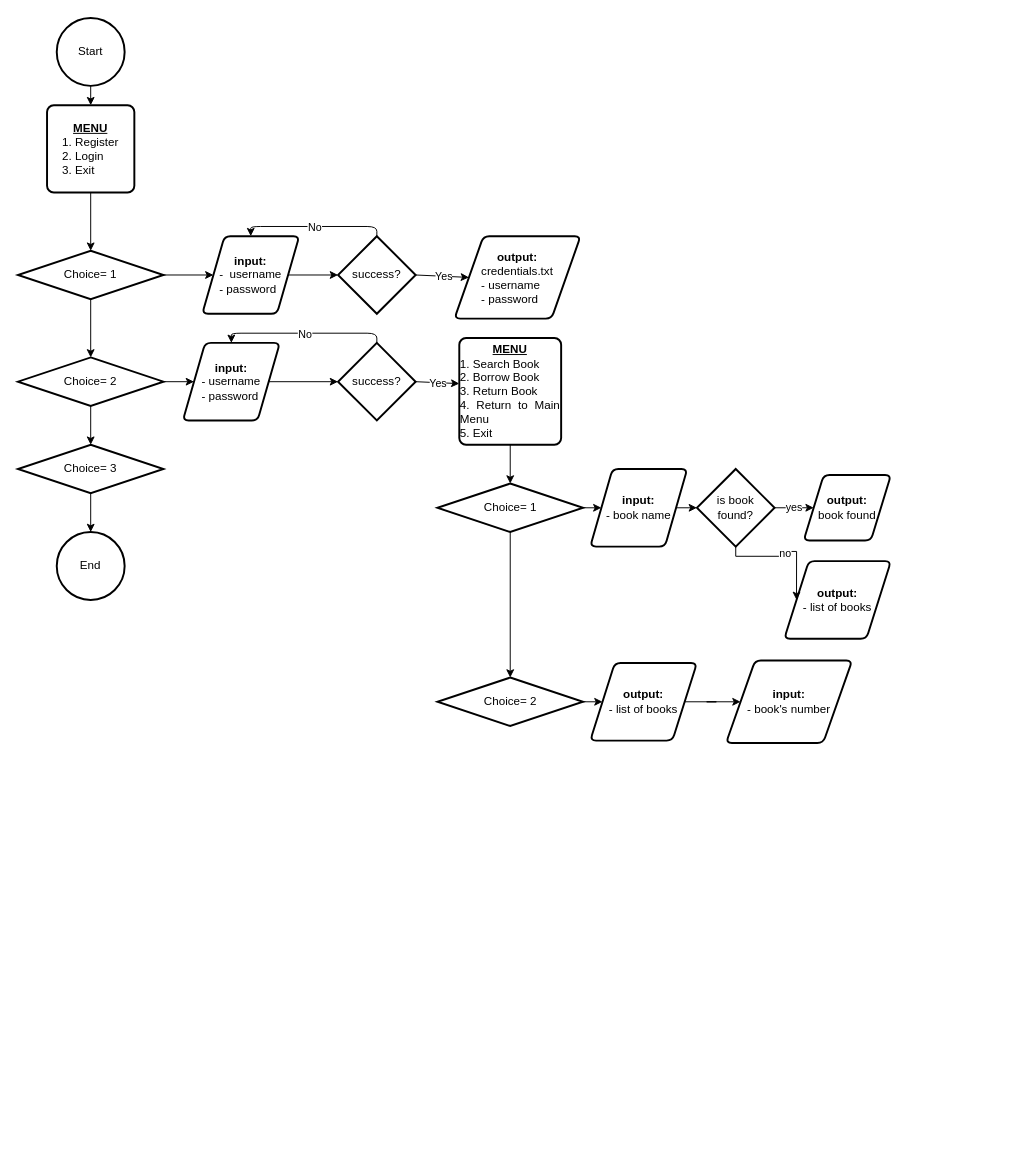
The draw.io diagram Week 2/homework3.drawio in githafizh/cit105, before the edit. Source tidied: cells renumbered, new cells numbered last; positions are measured from the earlier drawing's top-left corner, leaving out a move shared by most shapes. Both pictures are drawn from the tidied source at 97%, with x=0, y=0 at pixel (17, 17).
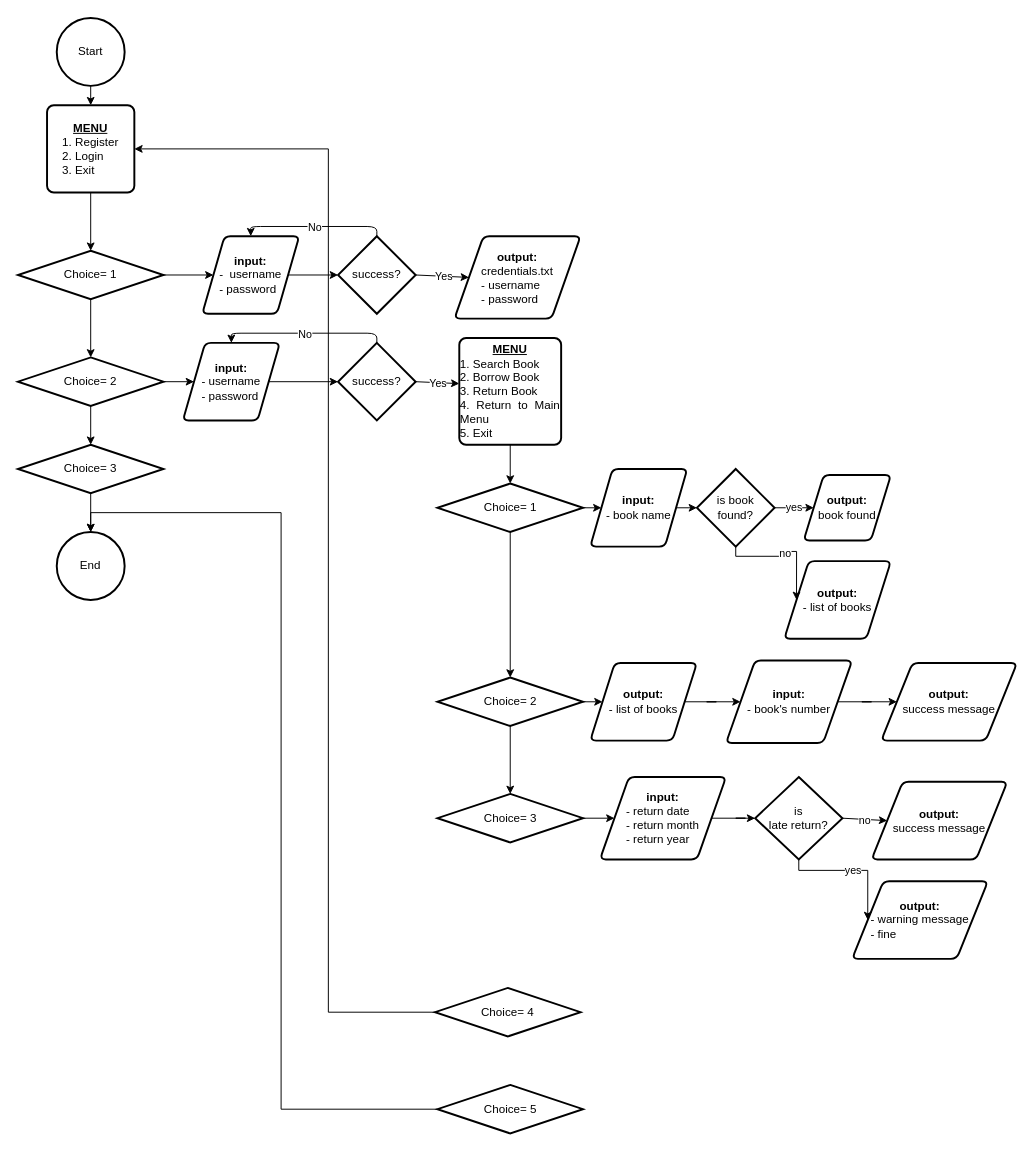
After the change.

The change refers to these unchanged cells:
```xml
<mxCell id="5" value="&lt;div&gt;&lt;b&gt;&lt;u&gt;MENU&lt;/u&gt;&lt;/b&gt;&lt;/div&gt;&lt;div style=&quot;text-align: justify&quot;&gt;&lt;span&gt;1. Register&lt;/span&gt;&lt;/div&gt;&lt;div style=&quot;text-align: justify&quot;&gt;&lt;span&gt;2. Login&lt;/span&gt;&lt;/div&gt;&lt;div style=&quot;text-align: justify&quot;&gt;&lt;span&gt;3. Exit&lt;/span&gt;&lt;/div&gt;" style="rounded=1;whiteSpace=wrap;html=1;absoluteArcSize=1;arcSize=14;strokeWidth=2;" parent="1" vertex="1">
  <mxGeometry x="30" y="90" width="90" height="90" as="geometry" />
</mxCell>
<mxCell id="12" value="End" style="strokeWidth=2;html=1;shape=mxgraph.flowchart.start_2;whiteSpace=wrap;" parent="1" vertex="1">
  <mxGeometry x="40" y="530" width="70" height="70" as="geometry" />
</mxCell>
<mxCell id="45" value="Choice= 2" style="strokeWidth=2;html=1;shape=mxgraph.flowchart.decision;whiteSpace=wrap;" parent="1" vertex="1">
  <mxGeometry x="432.5" y="680" width="150" height="50" as="geometry" />
</mxCell>
<mxCell id="48" value="&lt;b&gt;input:&lt;/b&gt;&lt;br&gt;&lt;div style=&quot;text-align: justify&quot;&gt;- book's number&lt;/div&gt;" style="shape=parallelogram;html=1;strokeWidth=2;perimeter=parallelogramPerimeter;whiteSpace=wrap;rounded=1;arcSize=12;size=0.23;" parent="1" vertex="1">
  <mxGeometry x="730" y="662.5" width="130" height="85" as="geometry" />
</mxCell>
```

What changed in the source:
```diff
@@
+    <mxCell id="49" style="edgeStyle=orthogonalEdgeStyle;rounded=0;jettySize=auto;html=1;exitX=0.5;exitY=1;exitDx=0;exitDy=0;exitPerimeter=0;entryX=0.5;entryY=0;entryDx=0;entryDy=0;entryPerimeter=0;" parent="1" edge="1" source="45" target="53">
+      <mxGeometry relative="1" as="geometry" />
+    </mxCell>
@@
+    <mxCell id="50" style="edgeStyle=orthogonalEdgeStyle;rounded=0;jettySize=auto;html=1;exitX=1;exitY=0.5;exitDx=0;exitDy=0;entryX=0;entryY=0.5;entryDx=0;entryDy=0;" parent="1" edge="1" source="48" target="51">
+      <mxGeometry relative="1" as="geometry" />
+    </mxCell>
@@
+    <mxCell id="51" value="&lt;b&gt;output:&lt;br&gt;&lt;/b&gt;&lt;div style=&quot;text-align: justify&quot;&gt;success message&lt;/div&gt;" style="shape=parallelogram;html=1;strokeWidth=2;perimeter=parallelogramPerimeter;whiteSpace=wrap;rounded=1;arcSize=12;size=0.23;" parent="1" vertex="1">
+      <mxGeometry x="890" y="665" width="140" height="80" as="geometry" />
+    </mxCell>
+    <mxCell id="52" style="edgeStyle=orthogonalEdgeStyle;rounded=0;jettySize=auto;html=1;exitX=1;exitY=0.5;exitDx=0;exitDy=0;exitPerimeter=0;entryX=0;entryY=0.5;entryDx=0;entryDy=0;" parent="1" edge="1" source="53" target="55">
+      <mxGeometry relative="1" as="geometry" />
+    </mxCell>
+    <mxCell id="53" value="Choice= 3" style="strokeWidth=2;html=1;shape=mxgraph.flowchart.decision;whiteSpace=wrap;" parent="1" vertex="1">
+      <mxGeometry x="432.5" y="800" width="150" height="50" as="geometry" />
+    </mxCell>
+    <mxCell id="54" style="edgeStyle=orthogonalEdgeStyle;rounded=0;jettySize=auto;html=1;exitX=1;exitY=0.5;exitDx=0;exitDy=0;entryX=0;entryY=0.5;entryDx=0;entryDy=0;entryPerimeter=0;" parent="1" edge="1" source="55" target="56">
+      <mxGeometry relative="1" as="geometry" />
+    </mxCell>
+    <mxCell id="55" value="&lt;b&gt;input:&lt;/b&gt;&lt;br&gt;&lt;div style=&quot;text-align: justify&quot;&gt;- return date&lt;/div&gt;&lt;div style=&quot;text-align: justify&quot;&gt;- return month&lt;/div&gt;&lt;div style=&quot;text-align: justify&quot;&gt;- return year&lt;/div&gt;" style="shape=parallelogram;html=1;strokeWidth=2;perimeter=parallelogramPerimeter;whiteSpace=wrap;rounded=1;arcSize=12;size=0.23;" parent="1" vertex="1">
+      <mxGeometry x="600" y="782.5" width="130" height="85" as="geometry" />
+    </mxCell>
+    <mxCell id="56" value="is &lt;br&gt;late return?" style="strokeWidth=2;html=1;shape=mxgraph.flowchart.decision;whiteSpace=wrap;" parent="1" vertex="1">
+      <mxGeometry x="760" y="782.5" width="90" height="85" as="geometry" />
+    </mxCell>
+    <mxCell id="57" value="&lt;b&gt;output:&lt;br&gt;&lt;/b&gt;&lt;div style=&quot;text-align: justify&quot;&gt;success message&lt;/div&gt;" style="shape=parallelogram;html=1;strokeWidth=2;perimeter=parallelogramPerimeter;whiteSpace=wrap;rounded=1;arcSize=12;size=0.23;" parent="1" vertex="1">
+      <mxGeometry x="880" y="787.5" width="140" height="80" as="geometry" />
+    </mxCell>
+    <mxCell id="58" value="&lt;b&gt;output:&lt;br&gt;&lt;/b&gt;&lt;div style=&quot;text-align: justify&quot;&gt;- warning message&lt;/div&gt;&lt;div style=&quot;text-align: justify&quot;&gt;- fine&lt;/div&gt;" style="shape=parallelogram;html=1;strokeWidth=2;perimeter=parallelogramPerimeter;whiteSpace=wrap;rounded=1;arcSize=12;size=0.23;" parent="1" vertex="1">
+      <mxGeometry x="860" y="890" width="140" height="80" as="geometry" />
+    </mxCell>
+    <mxCell id="59" style="endArrow=classic;html=1;rounded=0;exitX=1;exitY=0.5;exitDx=0;exitDy=0;exitPerimeter=0;entryX=0;entryY=0.5;entryDx=0;entryDy=0;" parent="1" edge="1" source="56" target="57">
+      <mxGeometry relative="1" as="geometry" />
+    </mxCell>
+    <mxCell id="60" value="no" style="edgeLabel;html=1;align=center;verticalAlign=middle;" parent="59" vertex="1">
+      <mxGeometry relative="1" as="geometry" />
+    </mxCell>
+    <mxCell id="61" style="endArrow=classic;html=1;rounded=0;exitX=0.5;exitY=1;exitDx=0;exitDy=0;exitPerimeter=0;entryX=0;entryY=0.5;entryDx=0;entryDy=0;edgeStyle=orthogonalEdgeStyle;" parent="1" edge="1" source="56" target="58">
+      <mxGeometry relative="1" as="geometry" />
+    </mxCell>
+    <mxCell id="62" value="yes" style="edgeLabel;html=1;align=center;verticalAlign=middle;" parent="61" vertex="1">
+      <mxGeometry relative="1" as="geometry" />
+    </mxCell>
+    <mxCell id="63" style="edgeStyle=orthogonalEdgeStyle;rounded=0;jettySize=auto;html=1;exitX=0;exitY=0.5;exitDx=0;exitDy=0;exitPerimeter=0;entryX=1;entryY=0.5;entryDx=0;entryDy=0;" parent="1" edge="1" source="64" target="5">
+      <mxGeometry relative="1" as="geometry">
+        <Array as="points">
+          <mxPoint x="320" y="1025" />
+          <mxPoint x="320" y="135" />
+        </Array>
+      </mxGeometry>
+    </mxCell>
+    <mxCell id="64" value="Choice= 4" style="strokeWidth=2;html=1;shape=mxgraph.flowchart.decision;whiteSpace=wrap;" parent="1" vertex="1">
+      <mxGeometry x="430" y="1000" width="150" height="50" as="geometry" />
+    </mxCell>
+    <mxCell id="65" style="edgeStyle=orthogonalEdgeStyle;rounded=0;jettySize=auto;html=1;exitX=0;exitY=0.5;exitDx=0;exitDy=0;exitPerimeter=0;entryX=0.5;entryY=0;entryDx=0;entryDy=0;entryPerimeter=0;" parent="1" edge="1" source="66" target="12">
+      <mxGeometry relative="1" as="geometry" />
+    </mxCell>
+    <mxCell id="66" value="Choice= 5" style="strokeWidth=2;html=1;shape=mxgraph.flowchart.decision;whiteSpace=wrap;" parent="1" vertex="1">
+      <mxGeometry x="432.5" y="1100" width="150" height="50" as="geometry" />
+    </mxCell>
```
